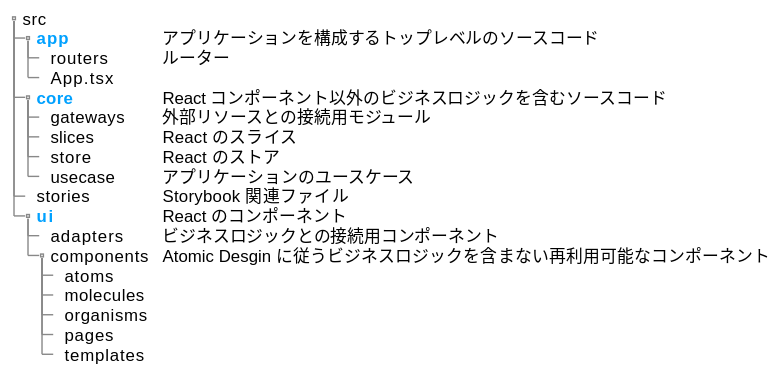
Above: docs/diagrams/out/architecture/directory.svg in yamagame/react-typescript-starter-app (PlantUML), before the change. Source of this version:
```plantuml
@startsalt directory
' title  React サンプルプロジェクト ディレクトリ構成
{
  {T
    + src
    ++ <color:#00A1FF>**app** | アプリケーションを構成するトップレベルのソースコード
    +++ routers | ルーター
    +++ App.tsx
    ++ <color:#00A1FF>**core** | React コンポーネント以外のビジネスロジックを含むソースコード
    +++ gateways | 外部リソースとの接続用モジュール
    +++ slices | React のスライス
    +++ store | React のストア
    +++ usecase | アプリケーションのユースケース
    ++ stories | Storybook 関連ファイル
    ++ <color:#00A1FF>**ui** | React のコンポーネント
    +++ adapters | ビジネスロジックとの接続用コンポーネント
    +++ components | Atomic Desgin に従うビジネスロジックを含まない再利用可能なコンポーネント
    ++++ atoms
    ++++ molecules
    ++++ organisms
    ++++ pages
    ++++ templates
  }
}
@endsalt
```
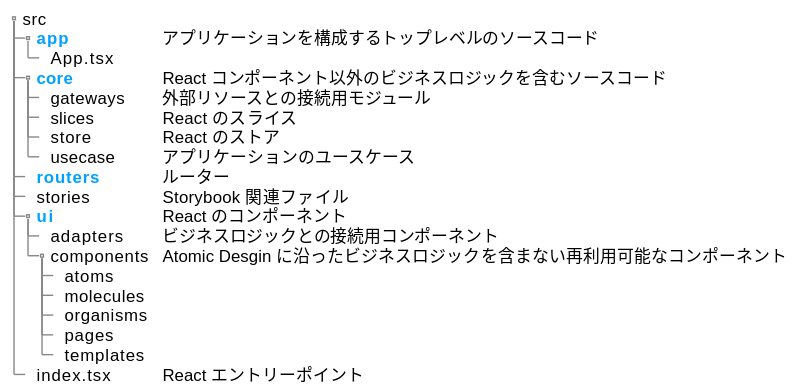
Later version of the same file.

What changed in the source:
```diff
@@ -4,22 +4,23 @@
   {T
     + src
     ++ <color:#00A1FF>**app** | アプリケーションを構成するトップレベルのソースコード
-    +++ routers | ルーター
     +++ App.tsx
     ++ <color:#00A1FF>**core** | React コンポーネント以外のビジネスロジックを含むソースコード
     +++ gateways | 外部リソースとの接続用モジュール
     +++ slices | React のスライス
     +++ store | React のストア
     +++ usecase | アプリケーションのユースケース
+    ++ <color:#00A1FF>**routers** | ルーター
     ++ stories | Storybook 関連ファイル
     ++ <color:#00A1FF>**ui** | React のコンポーネント
     +++ adapters | ビジネスロジックとの接続用コンポーネント
-    +++ components | Atomic Desgin に従うビジネスロジックを含まない再利用可能なコンポーネント
+    +++ components | Atomic Desgin に沿ったビジネスロジックを含まない再利用可能なコンポーネント
     ++++ atoms
     ++++ molecules
     ++++ organisms
     ++++ pages
     ++++ templates
+    ++ index.tsx | React エントリーポイント
   }
 }
 @endsalt
```
